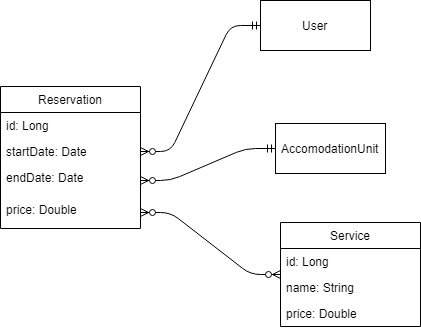
Above: diagrams/Reservation.png in jvukasin/BSEP_XML (draw.io), before the change. Source tidied: cells renumbered, new cells last; positions are measured from the earlier drawing's top-left corner, leaving out a move shared by most shapes. Its diagram source:
```xml
<mxGraphModel>
  <root>
    <mxCell id="0" />
    <mxCell id="1" parent="0" />
    <mxCell id="2" value="Reservation" style="swimlane;fontStyle=0;horizontal=1;startSize=26;fillColor=none;" parent="1" vertex="1">
      <mxGeometry y="86" width="140" height="142" as="geometry" />
    </mxCell>
    <mxCell id="3" value="id: Long&#10;" style="text;strokeColor=none;fillColor=none;align=left;verticalAlign=top;spacingLeft=4;spacingRight=4;overflow=hidden;" parent="2" vertex="1">
      <mxGeometry y="26" width="140" height="26" as="geometry" />
    </mxCell>
    <mxCell id="4" value="startDate: Date&#10;&#10;" style="text;strokeColor=none;fillColor=none;align=left;verticalAlign=top;spacingLeft=4;spacingRight=4;overflow=hidden;points=[[0,0.5],[1,0.5]];portConstraint=eastwest;" parent="2" vertex="1">
      <mxGeometry y="52" width="140" height="26" as="geometry" />
    </mxCell>
    <mxCell id="5" value="endDate: Date&#10;&#10;" style="text;strokeColor=none;fillColor=none;align=left;verticalAlign=top;spacingLeft=4;spacingRight=4;overflow=hidden;points=[[0,0.5],[1,0.5]];portConstraint=eastwest;" parent="2" vertex="1">
      <mxGeometry y="78" width="140" height="32" as="geometry" />
    </mxCell>
    <mxCell id="6" value="price: Double&#10;" style="text;strokeColor=none;fillColor=none;align=left;verticalAlign=top;spacingLeft=4;spacingRight=4;overflow=hidden;points=[[0,0.5],[1,0.5]];portConstraint=eastwest;" parent="2" vertex="1">
      <mxGeometry y="110" width="140" height="32" as="geometry" />
    </mxCell>
    <mxCell id="7" value="User" style="html=1;" parent="1" vertex="1">
      <mxGeometry x="260" width="110" height="50" as="geometry" />
    </mxCell>
    <mxCell id="8" value="AccomodationUnit&lt;br&gt;" style="html=1;" parent="1" vertex="1">
      <mxGeometry x="275" y="123" width="110" height="50" as="geometry" />
    </mxCell>
    <mxCell id="9" style="edgeStyle=entityRelationEdgeStyle;fontSize=12;html=1;endArrow=ERzeroToMany;startArrow=ERmandOne;" parent="1" edge="1" source="8" target="5">
      <mxGeometry relative="1" as="geometry" />
    </mxCell>
    <mxCell id="10" style="edgeStyle=entityRelationEdgeStyle;fontSize=12;html=1;endArrow=ERzeroToMany;startArrow=ERmandOne;" parent="1" edge="1" source="7" target="4">
      <mxGeometry relative="1" as="geometry" />
    </mxCell>
    <mxCell id="11" style="edgeStyle=entityRelationEdgeStyle;fontSize=12;html=1;endArrow=ERzeroToMany;endFill=1;startArrow=ERzeroToMany;" parent="1" edge="1" source="6" target="12">
      <mxGeometry relative="1" as="geometry" />
    </mxCell>
    <mxCell id="12" value="Service" style="swimlane;fontStyle=0;horizontal=1;startSize=26;fillColor=none;" parent="1" vertex="1">
      <mxGeometry x="280" y="222" width="140" height="104" as="geometry" />
    </mxCell>
    <mxCell id="13" value="id: Long" style="text;strokeColor=none;fillColor=none;align=left;verticalAlign=top;spacingLeft=4;spacingRight=4;overflow=hidden;" parent="12" vertex="1">
      <mxGeometry y="26" width="140" height="26" as="geometry" />
    </mxCell>
    <mxCell id="14" value="name: String" style="text;strokeColor=none;fillColor=none;align=left;verticalAlign=top;spacingLeft=4;spacingRight=4;overflow=hidden;" parent="12" vertex="1">
      <mxGeometry y="52" width="140" height="26" as="geometry" />
    </mxCell>
    <mxCell id="15" value="price: Double" style="text;strokeColor=none;fillColor=none;align=left;verticalAlign=top;spacingLeft=4;spacingRight=4;overflow=hidden;" parent="12" vertex="1">
      <mxGeometry y="78" width="140" height="26" as="geometry" />
    </mxCell>
  </root>
</mxGraphModel>
```
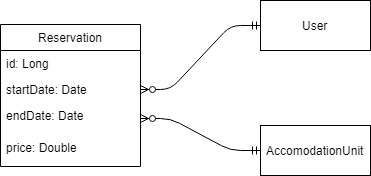
Above is the later version.

The edit, as a diff of the source:
```diff
@@ -18,10 +18,10 @@
       <mxGeometry y="110" width="140" height="32" as="geometry" />
     </mxCell>
     <mxCell id="7" value="User" style="html=1;" parent="1" vertex="1">
-      <mxGeometry x="260" width="110" height="50" as="geometry" />
+      <mxGeometry x="260" y="62" width="110" height="50" as="geometry" />
     </mxCell>
     <mxCell id="8" value="AccomodationUnit&lt;br&gt;" style="html=1;" parent="1" vertex="1">
-      <mxGeometry x="275" y="123" width="110" height="50" as="geometry" />
+      <mxGeometry x="260" y="187" width="110" height="50" as="geometry" />
     </mxCell>
     <mxCell id="9" style="edgeStyle=entityRelationEdgeStyle;fontSize=12;html=1;endArrow=ERzeroToMany;startArrow=ERmandOne;" parent="1" edge="1" source="8" target="5">
       <mxGeometry relative="1" as="geometry" />
@@ -29,20 +29,5 @@
     <mxCell id="10" style="edgeStyle=entityRelationEdgeStyle;fontSize=12;html=1;endArrow=ERzeroToMany;startArrow=ERmandOne;" parent="1" edge="1" source="7" target="4">
       <mxGeometry relative="1" as="geometry" />
     </mxCell>
-    <mxCell id="11" style="edgeStyle=entityRelationEdgeStyle;fontSize=12;html=1;endArrow=ERzeroToMany;endFill=1;startArrow=ERzeroToMany;" parent="1" edge="1" source="6" target="12">
-      <mxGeometry relative="1" as="geometry" />
-    </mxCell>
-    <mxCell id="12" value="Service" style="swimlane;fontStyle=0;horizontal=1;startSize=26;fillColor=none;" parent="1" vertex="1">
-      <mxGeometry x="280" y="222" width="140" height="104" as="geometry" />
-    </mxCell>
-    <mxCell id="13" value="id: Long" style="text;strokeColor=none;fillColor=none;align=left;verticalAlign=top;spacingLeft=4;spacingRight=4;overflow=hidden;" parent="12" vertex="1">
-      <mxGeometry y="26" width="140" height="26" as="geometry" />
-    </mxCell>
-    <mxCell id="14" value="name: String" style="text;strokeColor=none;fillColor=none;align=left;verticalAlign=top;spacingLeft=4;spacingRight=4;overflow=hidden;" parent="12" vertex="1">
-      <mxGeometry y="52" width="140" height="26" as="geometry" />
-    </mxCell>
-    <mxCell id="15" value="price: Double" style="text;strokeColor=none;fillColor=none;align=left;verticalAlign=top;spacingLeft=4;spacingRight=4;overflow=hidden;" parent="12" vertex="1">
-      <mxGeometry y="78" width="140" height="26" as="geometry" />
-    </mxCell>
   </root>
 </mxGraphModel>
```
